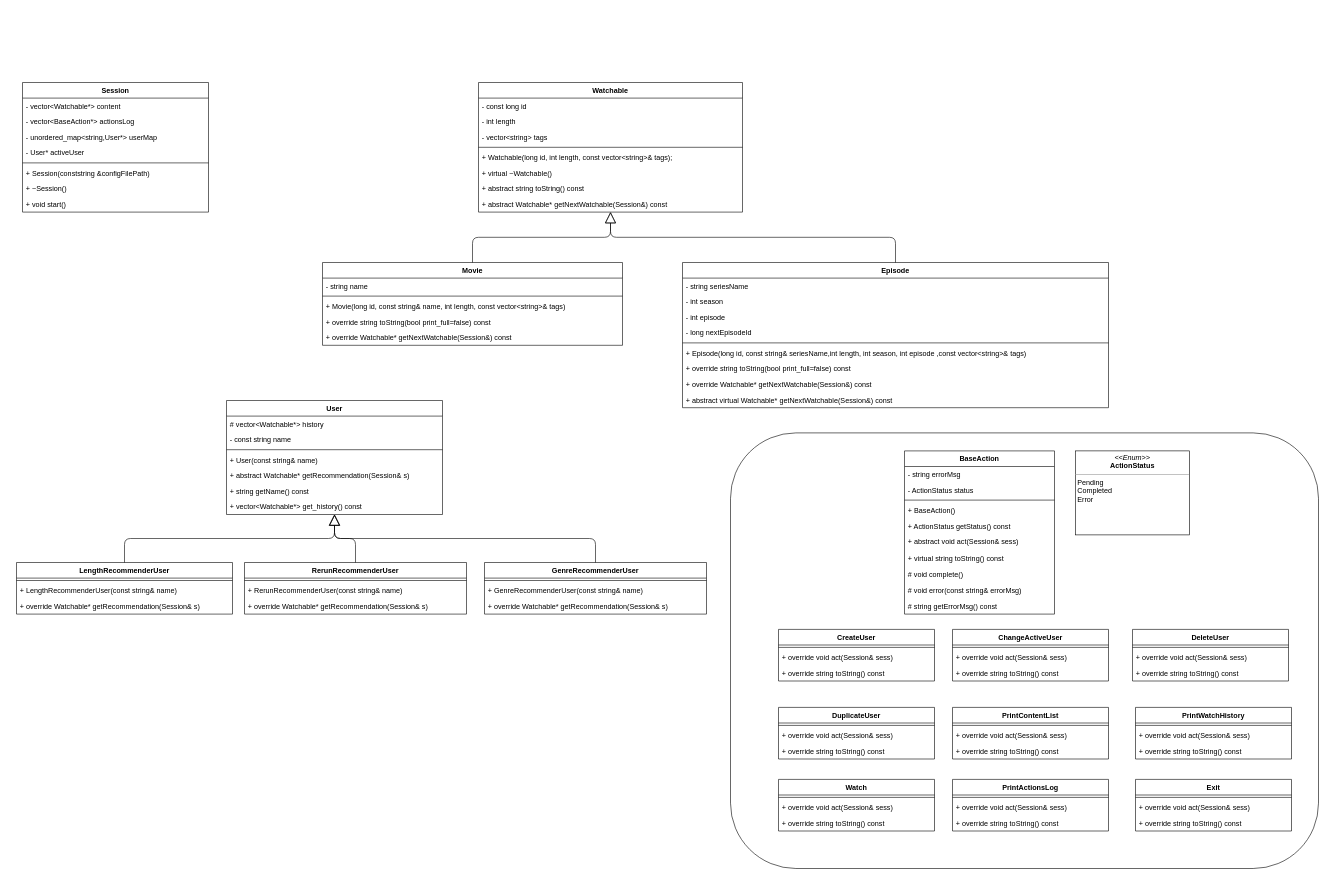
Before: uml.drawio in boaz23/SPL-Assignment1, a draw.io diagram. Source tidied: cells renumbered, new cells numbered last; positions are measured from the earlier drawing's top-left corner, leaving out a move shared by most shapes. Both pictures are drawn from the tidied source at 60%, with x=0, y=0 at pixel (16, 82).
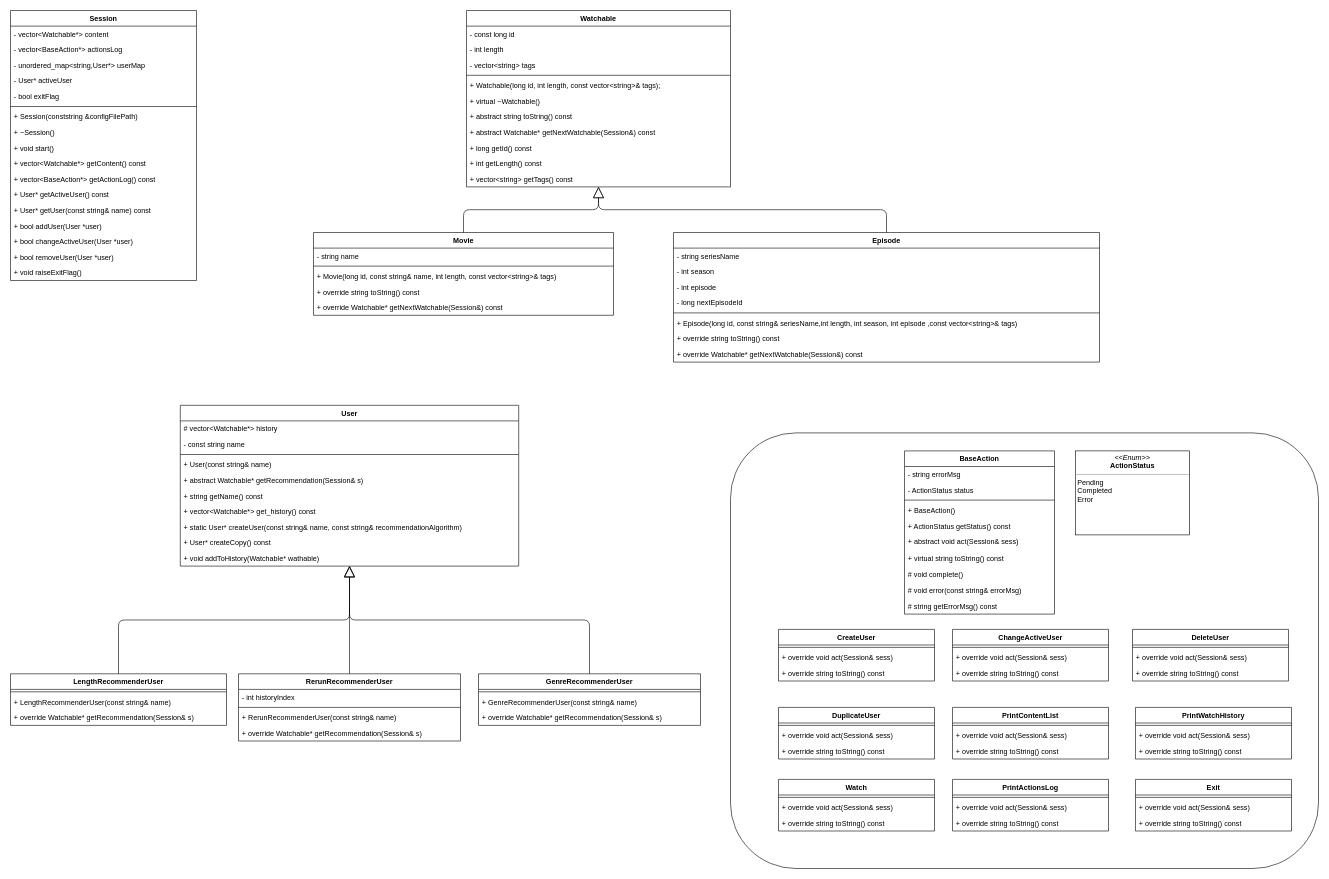
The same diagram, later.

Change to the diagram source:
```diff
@@
     <mxCell id="3" value="Session" style="swimlane;fontStyle=1;align=center;verticalAlign=top;horizontal=1;startSize=26;" parent="1" vertex="1">
-      <mxGeometry x="10" width="310" height="216" as="geometry" />
+      <mxGeometry x="-10" y="-120" width="310" height="450" as="geometry" />
     </mxCell>
@@
+    <mxCell id="110" value="- bool exitFlag" style="text;strokeColor=none;fillColor=none;align=left;verticalAlign=top;spacingLeft=4;spacingRight=4;overflow=hidden;" parent="3" vertex="1">
+      <mxGeometry y="130" width="310" height="26" as="geometry" />
+    </mxCell>
     <mxCell id="8" style="line;strokeWidth=1;fillColor=none;align=left;verticalAlign=middle;spacingTop=-1;spacingLeft=3;spacingRight=3;labelPosition=right;" parent="3" vertex="1">
-      <mxGeometry y="130" width="310" height="8" as="geometry" />
+      <mxGeometry y="156" width="310" height="8" as="geometry" />
     </mxCell>
     <mxCell id="9" value="+ Session(conststring &amp;configFilePath)" style="text;strokeColor=none;fillColor=none;align=left;verticalAlign=top;spacingLeft=4;spacingRight=4;overflow=hidden;" parent="3" vertex="1">
-      <mxGeometry y="138" width="310" height="26" as="geometry" />
+      <mxGeometry y="164" width="310" height="26" as="geometry" />
     </mxCell>
     <mxCell id="10" value="+ ~Session()" style="text;strokeColor=none;fillColor=none;align=left;verticalAlign=top;spacingLeft=4;spacingRight=4;overflow=hidden;" parent="3" vertex="1">
-      <mxGeometry y="164" width="310" height="26" as="geometry" />
+      <mxGeometry y="190" width="310" height="26" as="geometry" />
     </mxCell>
     <mxCell id="11" value="+ void start()" style="text;strokeColor=none;fillColor=none;align=left;verticalAlign=top;spacingLeft=4;spacingRight=4;overflow=hidden;" parent="3" vertex="1">
-      <mxGeometry y="190" width="310" height="26" as="geometry" />
+      <mxGeometry y="216" width="310" height="26" as="geometry" />
     </mxCell>
+    <mxCell id="111" value="+ vector&lt;Watchable*&gt; getContent() const" style="text;strokeColor=none;fillColor=none;align=left;verticalAlign=top;spacingLeft=4;spacingRight=4;overflow=hidden;" parent="3" vertex="1">
+      <mxGeometry y="242" width="310" height="26" as="geometry" />
+    </mxCell>
+    <mxCell id="112" value="+ vector&lt;BaseAction*&gt; getActionLog() const" style="text;strokeColor=none;fillColor=none;align=left;verticalAlign=top;spacingLeft=4;spacingRight=4;overflow=hidden;" parent="3" vertex="1">
+      <mxGeometry y="268" width="310" height="26" as="geometry" />
+    </mxCell>
+    <mxCell id="113" value="+ User* getActiveUser() const" style="text;strokeColor=none;fillColor=none;align=left;verticalAlign=top;spacingLeft=4;spacingRight=4;overflow=hidden;" parent="3" vertex="1">
+      <mxGeometry y="294" width="310" height="26" as="geometry" />
+    </mxCell>
+    <mxCell id="114" value="+ User* getUser(const string&amp; name) const" style="text;strokeColor=none;fillColor=none;align=left;verticalAlign=top;spacingLeft=4;spacingRight=4;overflow=hidden;" parent="3" vertex="1">
+      <mxGeometry y="320" width="310" height="26" as="geometry" />
+    </mxCell>
+    <mxCell id="115" value="+ bool addUser(User *user)" style="text;strokeColor=none;fillColor=none;align=left;verticalAlign=top;spacingLeft=4;spacingRight=4;overflow=hidden;" parent="3" vertex="1">
+      <mxGeometry y="346" width="310" height="26" as="geometry" />
+    </mxCell>
+    <mxCell id="116" value="+ bool changeActiveUser(User *user)" style="text;strokeColor=none;fillColor=none;align=left;verticalAlign=top;spacingLeft=4;spacingRight=4;overflow=hidden;" parent="3" vertex="1">
+      <mxGeometry y="372" width="310" height="26" as="geometry" />
+    </mxCell>
+    <mxCell id="117" value="+ bool removeUser(User *user)" style="text;strokeColor=none;fillColor=none;align=left;verticalAlign=top;spacingLeft=4;spacingRight=4;overflow=hidden;" parent="3" vertex="1">
+      <mxGeometry y="398" width="310" height="26" as="geometry" />
+    </mxCell>
+    <mxCell id="118" value="+ void raiseExitFlag()" style="text;strokeColor=none;fillColor=none;align=left;verticalAlign=top;spacingLeft=4;spacingRight=4;overflow=hidden;" parent="3" vertex="1">
+      <mxGeometry y="424" width="310" height="26" as="geometry" />
+    </mxCell>
     <mxCell id="12" value="Watchable" style="swimlane;fontStyle=1;align=center;verticalAlign=top;horizontal=1;startSize=26;" parent="1" vertex="1">
-      <mxGeometry x="770" width="440" height="216" as="geometry" />
+      <mxGeometry x="750" y="-120" width="440" height="294" as="geometry" />
     </mxCell>
@@
+    <mxCell id="119" value="+ long getId() const" style="text;strokeColor=none;fillColor=none;align=left;verticalAlign=top;spacingLeft=4;spacingRight=4;overflow=hidden;" parent="12" vertex="1">
+      <mxGeometry y="216" width="440" height="26" as="geometry" />
+    </mxCell>
+    <mxCell id="120" value="+ int getLength() const" style="text;strokeColor=none;fillColor=none;align=left;verticalAlign=top;spacingLeft=4;spacingRight=4;overflow=hidden;" parent="12" vertex="1">
+      <mxGeometry y="242" width="440" height="26" as="geometry" />
+    </mxCell>
+    <mxCell id="121" value="+ vector&lt;string&gt; getTags() const" style="text;strokeColor=none;fillColor=none;align=left;verticalAlign=top;spacingLeft=4;spacingRight=4;overflow=hidden;" parent="12" vertex="1">
+      <mxGeometry y="268" width="440" height="26" as="geometry" />
+    </mxCell>
     <mxCell id="21" value="Movie" style="swimlane;fontStyle=1;align=center;verticalAlign=top;horizontal=1;startSize=26;" parent="1" vertex="1">
-      <mxGeometry x="510" y="300" width="500" height="138" as="geometry" />
+      <mxGeometry x="495" y="250" width="500" height="138" as="geometry" />
     </mxCell>
@@
-    <mxCell id="25" value="+ override string toString(bool print_full=false) const" style="text;strokeColor=none;fillColor=none;align=left;verticalAlign=top;spacingLeft=4;spacingRight=4;overflow=hidden;" parent="21" vertex="1">
+    <mxCell id="25" value="+ override string toString() const" style="text;strokeColor=none;fillColor=none;align=left;verticalAlign=top;spacingLeft=4;spacingRight=4;overflow=hidden;" parent="21" vertex="1">
       <mxGeometry y="86" width="500" height="26" as="geometry" />
     </mxCell>
@@
     <mxCell id="28" value="Episode" style="swimlane;fontStyle=1;align=center;verticalAlign=top;horizontal=1;startSize=26;" parent="1" vertex="1">
-      <mxGeometry x="1110" y="300" width="710" height="242" as="geometry" />
+      <mxGeometry x="1095" y="250" width="710" height="216" as="geometry" />
     </mxCell>
@@
-    <mxCell id="35" value="+ override string toString(bool print_full=false) const" style="text;strokeColor=none;fillColor=none;align=left;verticalAlign=top;spacingLeft=4;spacingRight=4;overflow=hidden;" parent="28" vertex="1">
+    <mxCell id="35" value="+ override string toString() const" style="text;strokeColor=none;fillColor=none;align=left;verticalAlign=top;spacingLeft=4;spacingRight=4;overflow=hidden;" parent="28" vertex="1">
       <mxGeometry y="164" width="710" height="26" as="geometry" />
     </mxCell>
@@
-    <mxCell id="37" value="+ abstract virtual Watchable* getNextWatchable(Session&amp;) const" style="text;strokeColor=none;fillColor=none;align=left;verticalAlign=top;spacingLeft=4;spacingRight=4;overflow=hidden;" parent="28" vertex="1">
-      <mxGeometry y="216" width="710" height="26" as="geometry" />
-    </mxCell>
@@
     <mxCell id="39" value="User" style="swimlane;fontStyle=1;align=center;verticalAlign=top;horizontal=1;startSize=26;" parent="1" vertex="1">
-      <mxGeometry x="350" y="530" width="360" height="190" as="geometry" />
+      <mxGeometry x="273" y="538" width="564" height="268" as="geometry" />
     </mxCell>
     <mxCell id="40" value="# vector&lt;Watchable*&gt; history" style="text;strokeColor=none;fillColor=none;align=left;verticalAlign=top;spacingLeft=4;spacingRight=4;overflow=hidden;" parent="39" vertex="1">
-      <mxGeometry y="26" width="360" height="26" as="geometry" />
+      <mxGeometry y="26" width="564" height="26" as="geometry" />
     </mxCell>
     <mxCell id="41" value="- const string name" style="text;strokeColor=none;fillColor=none;align=left;verticalAlign=top;spacingLeft=4;spacingRight=4;overflow=hidden;" parent="39" vertex="1">
-      <mxGeometry y="52" width="360" height="26" as="geometry" />
+      <mxGeometry y="52" width="564" height="26" as="geometry" />
     </mxCell>
     <mxCell id="42" style="line;strokeWidth=1;fillColor=none;align=left;verticalAlign=middle;spacingTop=-1;spacingLeft=3;spacingRight=3;labelPosition=right;" parent="39" vertex="1">
-      <mxGeometry y="78" width="360" height="8" as="geometry" />
+      <mxGeometry y="78" width="564" height="8" as="geometry" />
     </mxCell>
     <mxCell id="43" value="+ User(const string&amp; name)" style="text;strokeColor=none;fillColor=none;align=left;verticalAlign=top;spacingLeft=4;spacingRight=4;overflow=hidden;" parent="39" vertex="1">
-      <mxGeometry y="86" width="360" height="26" as="geometry" />
+      <mxGeometry y="86" width="564" height="26" as="geometry" />
     </mxCell>
     <mxCell id="44" value="+ abstract Watchable* getRecommendation(Session&amp; s)" style="text;strokeColor=none;fillColor=none;align=left;verticalAlign=top;spacingLeft=4;spacingRight=4;overflow=hidden;" parent="39" vertex="1">
-      <mxGeometry y="112" width="360" height="26" as="geometry" />
+      <mxGeometry y="112" width="564" height="26" as="geometry" />
     </mxCell>
     <mxCell id="45" value="+ string getName() const" style="text;strokeColor=none;fillColor=none;align=left;verticalAlign=top;spacingLeft=4;spacingRight=4;overflow=hidden;" parent="39" vertex="1">
-      <mxGeometry y="138" width="360" height="26" as="geometry" />
+      <mxGeometry y="138" width="564" height="26" as="geometry" />
     </mxCell>
+    <mxCell id="122" value="+ vector&lt;Watchable*&gt; get_history() const" style="text;strokeColor=none;fillColor=none;align=left;verticalAlign=top;spacingLeft=4;spacingRight=4;overflow=hidden;" parent="39" vertex="1">
+      <mxGeometry y="164" width="564" height="26" as="geometry" />
+    </mxCell>
-    <mxCell id="46" value="+ vector&lt;Watchable*&gt; get_history() const" style="text;strokeColor=none;fillColor=none;align=left;verticalAlign=top;spacingLeft=4;spacingRight=4;overflow=hidden;" parent="39" vertex="1">
-      <mxGeometry y="164" width="360" height="26" as="geometry" />
+    <mxCell id="46" value="+ static User* createUser(const string&amp; name, const string&amp; recommendationAlgorithm)" style="text;strokeColor=none;fillColor=none;align=left;verticalAlign=top;spacingLeft=4;spacingRight=4;overflow=hidden;" parent="39" vertex="1">
+      <mxGeometry y="190" width="564" height="26" as="geometry" />
     </mxCell>
+    <mxCell id="123" value="+ User* createCopy() const" style="text;strokeColor=none;fillColor=none;align=left;verticalAlign=top;spacingLeft=4;spacingRight=4;overflow=hidden;" parent="39" vertex="1">
+      <mxGeometry y="216" width="564" height="26" as="geometry" />
+    </mxCell>
+    <mxCell id="124" value="+ void addToHistory(Watchable* wathable)" style="text;strokeColor=none;fillColor=none;align=left;verticalAlign=top;spacingLeft=4;spacingRight=4;overflow=hidden;" parent="39" vertex="1">
+      <mxGeometry y="242" width="564" height="26" as="geometry" />
+    </mxCell>
     <mxCell id="47" value="LengthRecommenderUser" style="swimlane;fontStyle=1;align=center;verticalAlign=top;horizontal=1;startSize=26;" parent="1" vertex="1">
-      <mxGeometry y="800" width="360" height="86" as="geometry" />
+      <mxGeometry x="-10" y="985.5" width="360" height="86" as="geometry" />
     </mxCell>
@@
     <mxCell id="52" value="RerunRecommenderUser" style="swimlane;fontStyle=1;align=center;verticalAlign=top;horizontal=1;startSize=26;" parent="1" vertex="1">
-      <mxGeometry x="380" y="800" width="370" height="86" as="geometry" />
+      <mxGeometry x="370" y="985.5" width="370" height="112" as="geometry" />
     </mxCell>
+    <mxCell id="125" value="- int historyIndex" style="text;strokeColor=none;fillColor=none;align=left;verticalAlign=top;spacingLeft=4;spacingRight=4;overflow=hidden;" parent="52" vertex="1">
+      <mxGeometry y="26" width="370" height="26" as="geometry" />
+    </mxCell>
     <mxCell id="53" style="line;strokeWidth=1;fillColor=none;align=left;verticalAlign=middle;spacingTop=-1;spacingLeft=3;spacingRight=3;labelPosition=right;" parent="52" vertex="1">
-      <mxGeometry y="26" width="370" height="8" as="geometry" />
+      <mxGeometry y="52" width="370" height="8" as="geometry" />
     </mxCell>
     <mxCell id="54" value="+ RerunRecommenderUser(const string&amp; name)" style="text;strokeColor=none;fillColor=none;align=left;verticalAlign=top;spacingLeft=4;spacingRight=4;overflow=hidden;" parent="52" vertex="1">
-      <mxGeometry y="34" width="370" height="26" as="geometry" />
+      <mxGeometry y="60" width="370" height="26" as="geometry" />
     </mxCell>
     <mxCell id="55" value="+ override Watchable* getRecommendation(Session&amp; s)" style="text;strokeColor=none;fillColor=none;align=left;verticalAlign=top;spacingLeft=4;spacingRight=4;overflow=hidden;" parent="52" vertex="1">
-      <mxGeometry y="60" width="370" height="26" as="geometry" />
+      <mxGeometry y="86" width="370" height="26" as="geometry" />
     </mxCell>
     <mxCell id="56" value="GenreRecommenderUser" style="swimlane;fontStyle=1;align=center;verticalAlign=top;horizontal=1;startSize=26;" parent="1" vertex="1">
-      <mxGeometry x="780" y="800" width="370" height="86" as="geometry" />
+      <mxGeometry x="770" y="985.5" width="370" height="86" as="geometry" />
     </mxCell>
```
